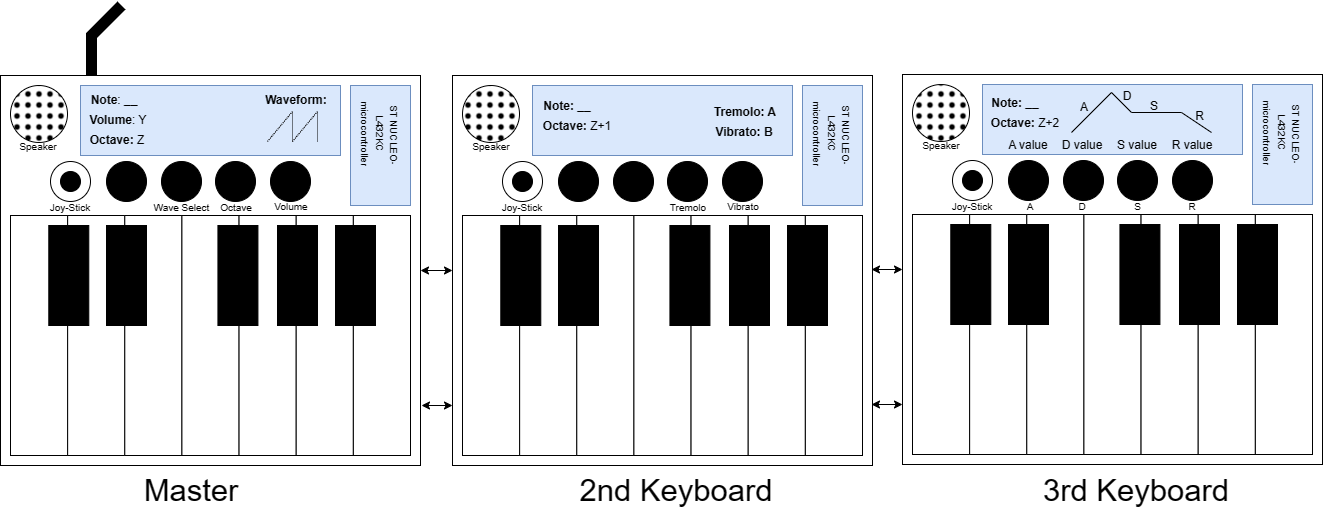
Earlier version of the draw.io export doc/Synthsetup.drawio.png (rkhoury18/Embedded_CW2). Source tidied: cells renumbered, new cells last; positions are measured from the earlier drawing's top-left corner, leaving out a move shared by most shapes.
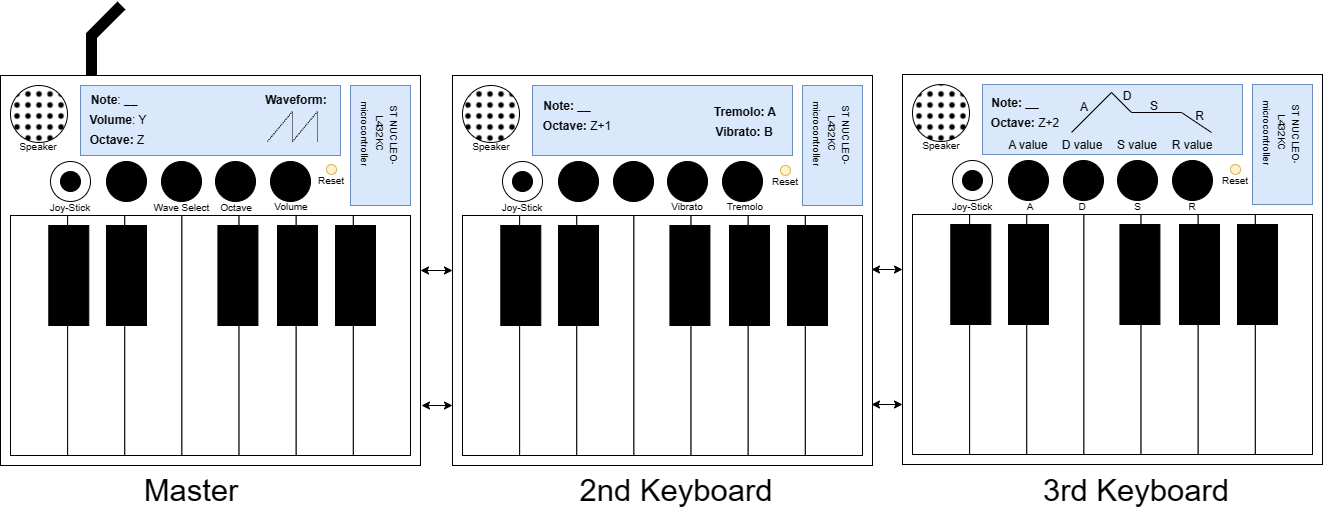
After the commit.

Diff of the diagram source:
```diff
@@ -180,10 +180,10 @@
       <mxGeometry x="40" y="117" width="60" height="30" as="geometry" />
     </mxCell>
     <mxCell id="61" value="&lt;span style=&quot;font-size: 10px;&quot;&gt;Vibrato&lt;/span&gt;" style="text;html=1;strokeColor=none;fillColor=none;align=center;verticalAlign=middle;whiteSpace=wrap;rounded=0;" parent="36" vertex="1">
-      <mxGeometry x="261" y="116" width="60" height="30" as="geometry" />
+      <mxGeometry x="205" y="116" width="60" height="30" as="geometry" />
     </mxCell>
     <mxCell id="62" value="&lt;font style=&quot;font-size: 10px;&quot;&gt;Tremolo&lt;/font&gt;" style="text;html=1;strokeColor=none;fillColor=none;align=center;verticalAlign=middle;whiteSpace=wrap;rounded=0;" parent="36" vertex="1">
-      <mxGeometry x="206" y="117" width="60" height="30" as="geometry" />
+      <mxGeometry x="263" y="116" width="60" height="30" as="geometry" />
     </mxCell>
     <mxCell id="63" value="&lt;font style=&quot;font-size: 10px;&quot;&gt;Speaker&lt;/font&gt;" style="text;html=1;strokeColor=none;fillColor=none;align=center;verticalAlign=middle;whiteSpace=wrap;rounded=0;" parent="36" vertex="1">
       <mxGeometry x="8.5" y="56" width="60" height="30" as="geometry" />
@@ -409,6 +409,12 @@
     <mxCell id="126" value="&lt;b&gt;Note: __&lt;/b&gt;" style="text;html=1;strokeColor=none;fillColor=none;align=center;verticalAlign=middle;whiteSpace=wrap;rounded=0;" parent="81" vertex="1">
       <mxGeometry x="67" y="13.5" width="92" height="30" as="geometry" />
     </mxCell>
+    <mxCell id="128" style="ellipse;whiteSpace=wrap;html=1;fillColor=#fff2cc;strokeColor=#d6b656;" parent="81" vertex="1">
+      <mxGeometry x="328" y="90" width="10" height="10" as="geometry" />
+    </mxCell>
+    <mxCell id="129" value="&lt;font style=&quot;font-size: 10px;&quot;&gt;Reset&lt;/font&gt;" style="text;html=1;strokeColor=none;fillColor=none;align=center;verticalAlign=middle;whiteSpace=wrap;rounded=0;" parent="81" vertex="1">
+      <mxGeometry x="303" y="95.5" width="60" height="21" as="geometry" />
+    </mxCell>
     <mxCell id="127" style="endArrow=none;html=1;rounded=0;strokeWidth=11;" parent="1" edge="1">
       <mxGeometry relative="1" as="geometry">
         <mxPoint x="91" y="70" as="sourcePoint" />
@@ -418,5 +424,17 @@
         </Array>
       </mxGeometry>
     </mxCell>
+    <mxCell id="130" style="ellipse;whiteSpace=wrap;html=1;fillColor=#fff2cc;strokeColor=#d6b656;" parent="1" vertex="1">
+      <mxGeometry x="780" y="160" width="10" height="10" as="geometry" />
+    </mxCell>
+    <mxCell id="131" value="&lt;font style=&quot;font-size: 10px;&quot;&gt;Reset&lt;/font&gt;" style="text;html=1;strokeColor=none;fillColor=none;align=center;verticalAlign=middle;whiteSpace=wrap;rounded=0;" parent="1" vertex="1">
+      <mxGeometry x="755" y="165.5" width="60" height="21" as="geometry" />
+    </mxCell>
+    <mxCell id="132" style="ellipse;whiteSpace=wrap;html=1;fillColor=#fff2cc;strokeColor=#d6b656;" parent="1" vertex="1">
+      <mxGeometry x="326" y="159" width="10" height="10" as="geometry" />
+    </mxCell>
+    <mxCell id="133" value="&lt;font style=&quot;font-size: 10px;&quot;&gt;Reset&lt;/font&gt;" style="text;html=1;strokeColor=none;fillColor=none;align=center;verticalAlign=middle;whiteSpace=wrap;rounded=0;" parent="1" vertex="1">
+      <mxGeometry x="301" y="164.5" width="60" height="21" as="geometry" />
+    </mxCell>
   </root>
 </mxGraphModel>
```
